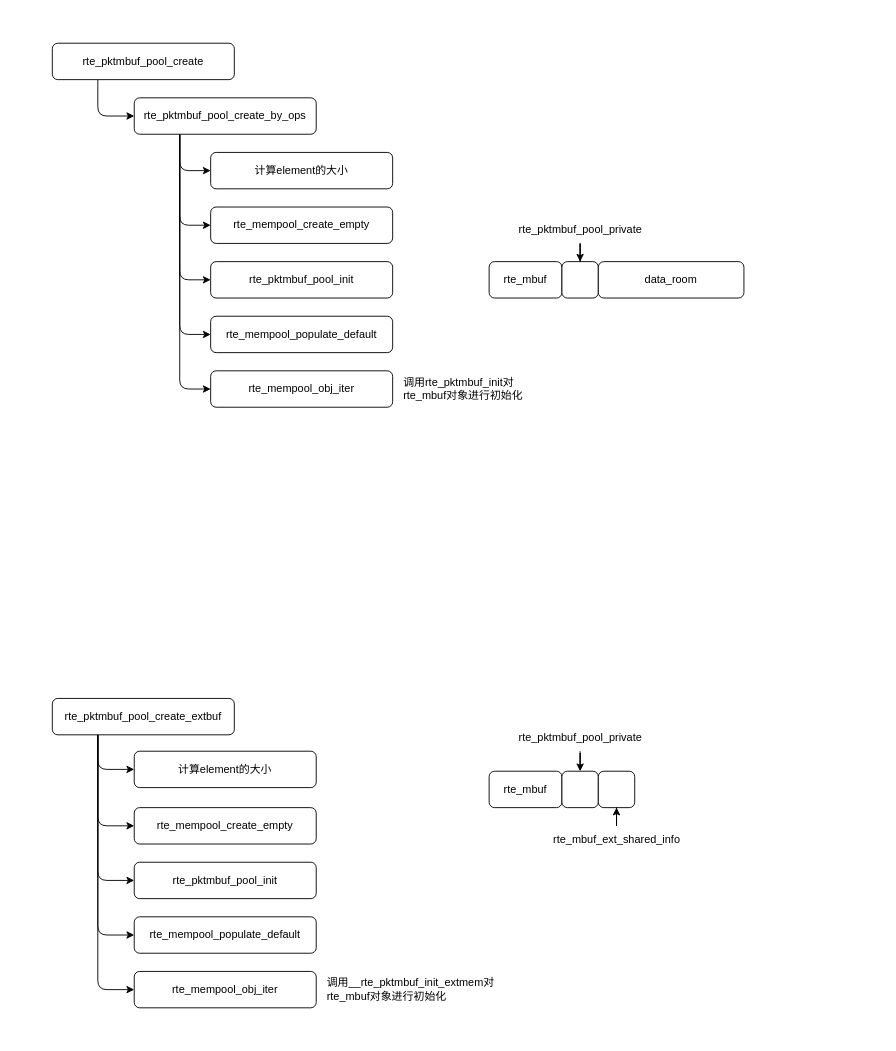
Above: page "pktmbuf" (5 of 6) of dpdk.drawio in Aspiresky/draw.io (draw.io), before the change. Source tidied: cells renumbered, new cells numbered last; positions are measured from the earlier drawing's top-left corner, leaving out a move shared by most shapes. Both pictures are drawn from the tidied source at 91%, with x=0, y=0 at pixel (52, 43).
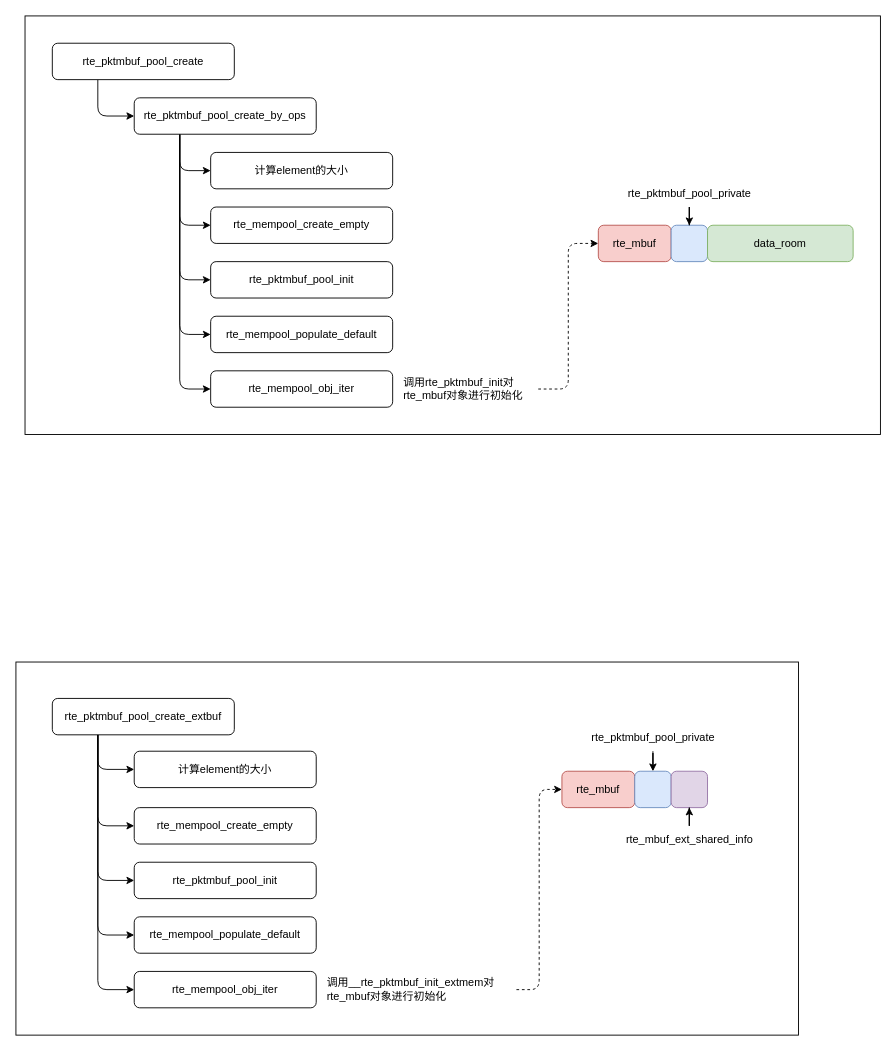
The same page after the edit.

The change refers to these unchanged cells:
```xml
<mxCell id="14" value="调用rte_pktmbuf_init对&lt;br&gt;rte_mbuf对象进行初始化" style="text;html=1;align=left;verticalAlign=middle;points=[];strokeColor=none;fillColor=none;" parent="1" vertex="1">
  <mxGeometry x="384" y="360" width="150" height="40" as="geometry" />
</mxCell>
<mxCell id="30" value="调用__rte_pktmbuf_init_extmem对&lt;br&gt;rte_mbuf对象进行初始化" style="text;html=1;align=left;verticalAlign=middle;points=[];strokeColor=none;fillColor=none;" parent="1" vertex="1">
  <mxGeometry x="300" y="1020" width="210" height="40" as="geometry" />
</mxCell>
```

What changed in the source:
```diff
@@
+    <mxCell id="40" style="rounded=0;whiteSpace=wrap;html=1;" parent="1" vertex="1">
+      <mxGeometry x="-30" y="-30" width="940" height="460" as="geometry" />
+    </mxCell>
@@
+    <mxCell id="41" style="edgeStyle=orthogonalEdgeStyle;rounded=1;jettySize=auto;html=1;entryX=0;entryY=0.5;entryDx=0;entryDy=0;curved=0;dashed=1;" parent="1" edge="1" source="14" target="42">
+      <mxGeometry relative="1" as="geometry" />
+    </mxCell>
@@
-    <mxCell id="15" value="rte_mbuf" style="rounded=1;whiteSpace=wrap;html=1;" parent="1" vertex="1">
-      <mxGeometry x="480" y="240" width="80" height="40" as="geometry" />
-    </mxCell>
-    <mxCell id="16" style="rounded=1;whiteSpace=wrap;html=1;" parent="1" vertex="1">
-      <mxGeometry x="560" y="240" width="40" height="40" as="geometry" />
-    </mxCell>
+    <mxCell id="42" value="rte_mbuf" style="rounded=1;whiteSpace=wrap;html=1;fillColor=#f8cecc;strokeColor=#b85450;" parent="1" vertex="1">
+      <mxGeometry x="600" y="200" width="80" height="40" as="geometry" />
+    </mxCell>
+    <mxCell id="43" style="rounded=1;whiteSpace=wrap;html=1;fillColor=#dae8fc;strokeColor=#6c8ebf;" parent="1" vertex="1">
+      <mxGeometry x="680" y="200" width="40" height="40" as="geometry" />
+    </mxCell>
-    <mxCell id="17" value="data_room" style="rounded=1;whiteSpace=wrap;html=1;" parent="1" vertex="1">
-      <mxGeometry x="600" y="240" width="160" height="40" as="geometry" />
+    <mxCell id="17" value="data_room" style="rounded=1;whiteSpace=wrap;html=1;fillColor=#d5e8d4;strokeColor=#82b366;" parent="1" vertex="1">
+      <mxGeometry x="720" y="200" width="160" height="40" as="geometry" />
     </mxCell>
-    <mxCell id="18" style="edgeStyle=orthogonalEdgeStyle;rounded=0;jettySize=auto;html=1;entryX=0.5;entryY=0;entryDx=0;entryDy=0;" parent="1" edge="1" source="19" target="16">
-      <mxGeometry relative="1" as="geometry" />
-    </mxCell>
-    <mxCell id="19" value="rte_pktmbuf_pool_private" style="text;html=1;align=center;verticalAlign=middle;points=[];strokeColor=none;fillColor=none;" parent="1" vertex="1">
-      <mxGeometry x="500" y="190" width="160" height="30" as="geometry" />
-    </mxCell>
+    <mxCell id="44" style="edgeStyle=orthogonalEdgeStyle;rounded=0;jettySize=auto;html=1;entryX=0.5;entryY=0;entryDx=0;entryDy=0;" parent="1" edge="1" source="45" target="43">
+      <mxGeometry relative="1" as="geometry" />
+    </mxCell>
+    <mxCell id="45" value="rte_pktmbuf_pool_private" style="text;html=1;align=center;verticalAlign=middle;points=[];strokeColor=none;fillColor=none;" parent="1" vertex="1">
+      <mxGeometry x="620" y="150" width="160" height="30" as="geometry" />
+    </mxCell>
+    <mxCell id="39" value="计算element的大小" style="rounded=1;whiteSpace=wrap;html=1;" parent="1" vertex="1">
+      <mxGeometry x="174" y="120" width="200" height="40" as="geometry" />
+    </mxCell>
+    <mxCell id="46" style="rounded=0;whiteSpace=wrap;html=1;" parent="1" vertex="1">
+      <mxGeometry x="-40" y="680" width="860" height="410" as="geometry" />
+    </mxCell>
@@
+    <mxCell id="47" style="edgeStyle=orthogonalEdgeStyle;rounded=1;jettySize=auto;html=1;entryX=0;entryY=0.5;entryDx=0;entryDy=0;curved=0;dashed=1;" parent="1" edge="1" source="30" target="48">
+      <mxGeometry relative="1" as="geometry" />
+    </mxCell>
@@
-    <mxCell id="31" value="rte_mbuf" style="rounded=1;whiteSpace=wrap;html=1;" parent="1" vertex="1">
-      <mxGeometry x="480" y="800" width="80" height="40" as="geometry" />
-    </mxCell>
-    <mxCell id="32" style="rounded=1;whiteSpace=wrap;html=1;" parent="1" vertex="1">
-      <mxGeometry x="560" y="800" width="40" height="40" as="geometry" />
-    </mxCell>
-    <mxCell id="33" style="rounded=1;whiteSpace=wrap;html=1;" parent="1" vertex="1">
-      <mxGeometry x="600" y="800" width="40" height="40" as="geometry" />
-    </mxCell>
-    <mxCell id="34" style="edgeStyle=orthogonalEdgeStyle;rounded=0;jettySize=auto;html=1;entryX=0.5;entryY=0;entryDx=0;entryDy=0;" parent="1" edge="1" source="35" target="32">
-      <mxGeometry relative="1" as="geometry" />
-    </mxCell>
-    <mxCell id="35" value="rte_pktmbuf_pool_private" style="text;html=1;align=center;verticalAlign=middle;points=[];strokeColor=none;fillColor=none;" parent="1" vertex="1">
-      <mxGeometry x="500" y="748" width="160" height="30" as="geometry" />
-    </mxCell>
-    <mxCell id="36" style="edgeStyle=orthogonalEdgeStyle;rounded=0;jettySize=auto;html=1;entryX=0.5;entryY=1;entryDx=0;entryDy=0;" parent="1" edge="1" source="37" target="33">
-      <mxGeometry relative="1" as="geometry" />
-    </mxCell>
+    <mxCell id="48" value="rte_mbuf" style="rounded=1;whiteSpace=wrap;html=1;fillColor=#f8cecc;strokeColor=#b85450;" parent="1" vertex="1">
+      <mxGeometry x="560" y="800" width="80" height="40" as="geometry" />
+    </mxCell>
+    <mxCell id="49" style="rounded=1;whiteSpace=wrap;html=1;fillColor=#dae8fc;strokeColor=#6c8ebf;" parent="1" vertex="1">
+      <mxGeometry x="640" y="800" width="40" height="40" as="geometry" />
+    </mxCell>
+    <mxCell id="50" style="rounded=1;whiteSpace=wrap;html=1;fillColor=#e1d5e7;strokeColor=#9673a6;" parent="1" vertex="1">
+      <mxGeometry x="680" y="800" width="40" height="40" as="geometry" />
+    </mxCell>
+    <mxCell id="51" style="edgeStyle=orthogonalEdgeStyle;rounded=0;jettySize=auto;html=1;entryX=0.5;entryY=0;entryDx=0;entryDy=0;" parent="1" edge="1" source="52" target="49">
+      <mxGeometry relative="1" as="geometry" />
+    </mxCell>
+    <mxCell id="52" value="rte_pktmbuf_pool_private" style="text;html=1;align=center;verticalAlign=middle;points=[];strokeColor=none;fillColor=none;" parent="1" vertex="1">
+      <mxGeometry x="580" y="748" width="160" height="30" as="geometry" />
+    </mxCell>
+    <mxCell id="53" style="edgeStyle=orthogonalEdgeStyle;rounded=0;jettySize=auto;html=1;entryX=0.5;entryY=1;entryDx=0;entryDy=0;" parent="1" edge="1" source="37" target="50">
+      <mxGeometry relative="1" as="geometry" />
+    </mxCell>
     <mxCell id="37" value="rte_mbuf_ext_shared_info" style="text;html=1;align=center;verticalAlign=middle;points=[];strokeColor=none;fillColor=none;" parent="1" vertex="1">
-      <mxGeometry x="540" y="860" width="160" height="30" as="geometry" />
+      <mxGeometry x="620" y="860" width="160" height="30" as="geometry" />
     </mxCell>
@@
-    <mxCell id="39" value="计算element的大小" style="rounded=1;whiteSpace=wrap;html=1;" parent="1" vertex="1">
-      <mxGeometry x="174" y="120" width="200" height="40" as="geometry" />
-    </mxCell>
```
